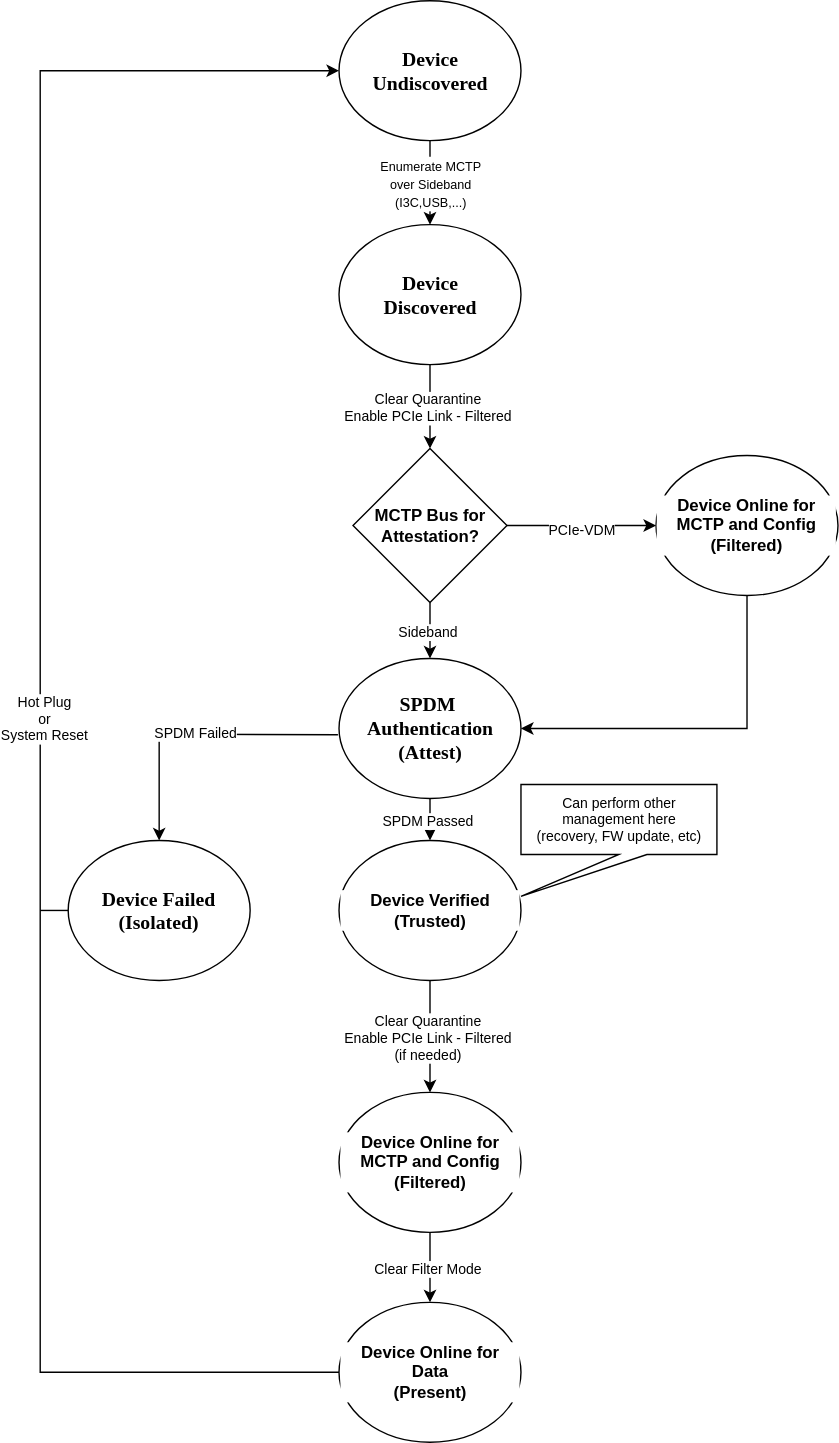
This is specifications/attestation-of-system-components/images/esfiFlow.drawio.svg from opencomputeproject/Security, a draw.io export, as it was before one commit. Source tidied: cells renumbered, new cells last; positions are measured from the earlier drawing's top-left corner, leaving out a move shared by most shapes.
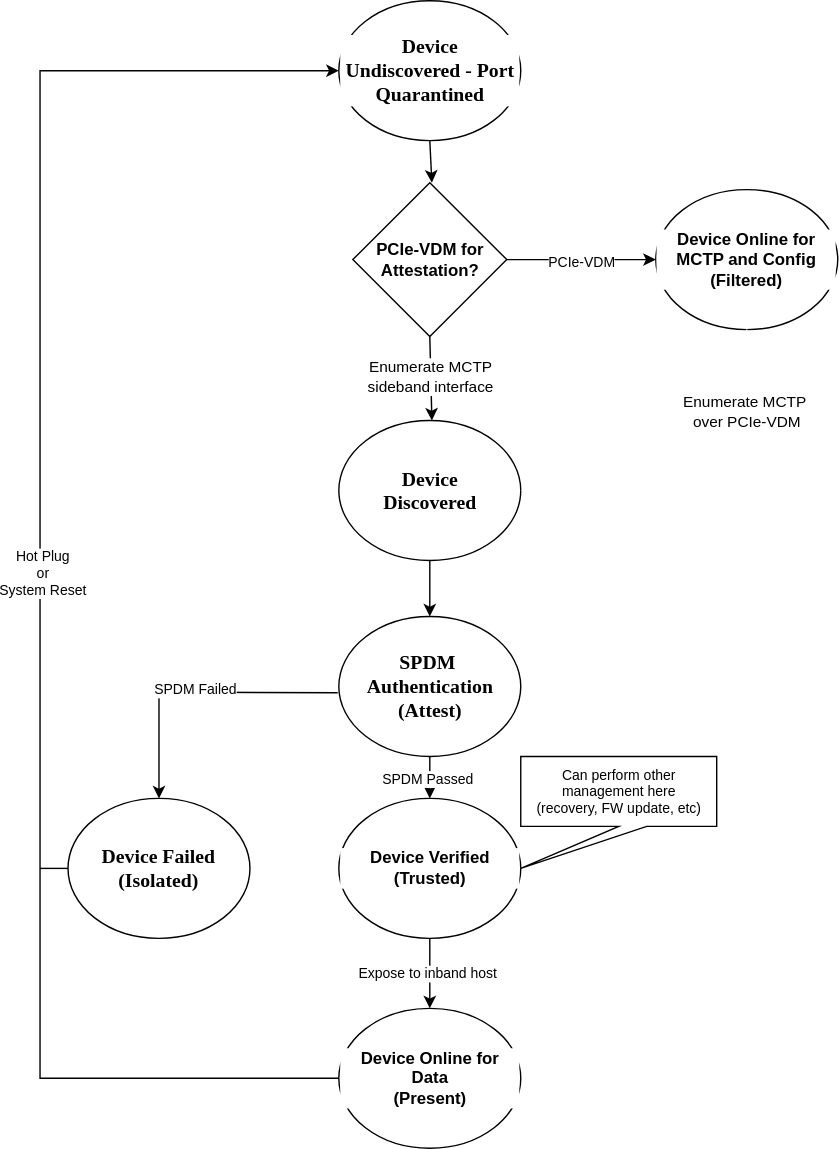
The same file after the commit.

What changed in the source:
```diff
@@ -3,68 +3,67 @@
     <mxCell id="0" />
     <mxCell id="1" parent="0" />
     <mxCell id="2" style="strokeColor=light-dark(#000000,#000000);" parent="1" vertex="1">
-      <mxGeometry y="414" as="geometry" />
+      <mxGeometry y="394" as="geometry" />
     </mxCell>
     <mxCell id="3" value="&lt;span style=&quot;font-family: Calibri; font-size: 14.11px; font-style: normal; font-variant-ligatures: normal; font-variant-caps: normal; letter-spacing: normal; orphans: 2; text-align: center; text-indent: 0px; text-transform: none; widows: 2; word-spacing: 0px; -webkit-text-stroke-width: 0px; white-space: normal; text-decoration-thickness: initial; text-decoration-style: initial; text-decoration-color: initial; float: none; display: inline !important;&quot;&gt;Device&lt;/span&gt;&lt;br style=&quot;forced-color-adjust: none; font-family: Calibri; font-size: 14.11px; font-style: normal; font-variant-ligatures: normal; font-variant-caps: normal; letter-spacing: normal; orphans: 2; text-align: center; text-indent: 0px; text-transform: none; widows: 2; word-spacing: 0px; -webkit-text-stroke-width: 0px; white-space: normal; text-decoration-thickness: initial; text-decoration-style: initial; text-decoration-color: initial; box-shadow: none !important;&quot;&gt;&lt;span style=&quot;font-family: Calibri; font-size: 14.11px; font-style: normal; font-variant-ligatures: normal; font-variant-caps: normal; letter-spacing: normal; orphans: 2; text-align: center; text-indent: 0px; text-transform: none; widows: 2; word-spacing: 0px; -webkit-text-stroke-width: 0px; white-space: normal; text-decoration-thickness: initial; text-decoration-style: initial; text-decoration-color: initial; float: none; display: inline !important;&quot;&gt;Discovered&lt;/span&gt;" style="ellipse;whiteSpace=wrap;html=1;fillColor=light-dark(#FFFFFF,#868686);fontColor=light-dark(#000000,#FFFFFF);fontStyle=1;labelBackgroundColor=light-dark(#FFFFFF,#868686);" parent="1" vertex="1">
-      <mxGeometry x="240.5" y="160" width="130" height="100" as="geometry" />
+      <mxGeometry x="240.5" y="310" width="130" height="100" as="geometry" />
     </mxCell>
-    <mxCell id="4" value="&lt;div&gt;&lt;font face=&quot;Calibri&quot;&gt;&lt;span style=&quot;font-size: 14.11px;&quot;&gt;Device &lt;br&gt;Undiscovered&lt;/span&gt;&lt;/font&gt;&lt;/div&gt;" style="ellipse;whiteSpace=wrap;html=1;fillColor=light-dark(#FFFFFF,#868686);fontColor=light-dark(#000000,#FFFFFF);fontStyle=1;labelBackgroundColor=light-dark(#FFFFFF,#868686);" parent="1" vertex="1">
-      <mxGeometry x="240.5" width="130" height="100" as="geometry" />
+    <mxCell id="4" value="&lt;div&gt;&lt;font face=&quot;Calibri&quot;&gt;&lt;span style=&quot;font-size: 14.11px;&quot;&gt;Device &lt;br&gt;Undiscovered - Port Quarantined&lt;/span&gt;&lt;/font&gt;&lt;/div&gt;" style="ellipse;whiteSpace=wrap;html=1;fillColor=light-dark(#FFFFFF,#868686);fontColor=light-dark(#000000,#FFFFFF);fontStyle=1;labelBackgroundColor=light-dark(#FFFFFF,#868686);" parent="1" vertex="1">
+      <mxGeometry x="240.5" y="10" width="130" height="100" as="geometry" />
     </mxCell>
     <mxCell id="5" value="&lt;div&gt;&lt;font face=&quot;Calibri&quot;&gt;&lt;span style=&quot;font-size: 14.11px;&quot;&gt;Device Failed&lt;/span&gt;&lt;/font&gt;&lt;/div&gt;&lt;div&gt;&lt;font face=&quot;Calibri&quot;&gt;&lt;span style=&quot;font-size: 14.11px;&quot;&gt;(Isolated)&lt;/span&gt;&lt;/font&gt;&lt;/div&gt;" style="ellipse;whiteSpace=wrap;html=1;fillColor=light-dark(#FFFFFF,#868686);fontColor=light-dark(#000000,#FFFFFF);fontStyle=1;labelBackgroundColor=light-dark(#FFFFFF,#868686);" parent="1" vertex="1">
-      <mxGeometry x="47" y="600" width="130" height="100" as="geometry" />
+      <mxGeometry x="47" y="580" width="130" height="100" as="geometry" />
     </mxCell>
     <mxCell id="6" value="Device Online for MCTP and Config&lt;br&gt;(Filtered)" style="ellipse;whiteSpace=wrap;html=1;fillColor=light-dark(#FFFFFF,#868686);fontColor=light-dark(#000000,#FFFFFF);fontStyle=1;labelBackgroundColor=light-dark(#FFFFFF,#868686);" parent="1" vertex="1">
-      <mxGeometry x="467" y="325" width="130" height="100" as="geometry" />
+      <mxGeometry x="467" y="145" width="130" height="100" as="geometry" />
     </mxCell>
     <mxCell id="7" value="Device Online for Data&#10;(Present)" style="ellipse;whiteSpace=wrap;html=1;fillColor=light-dark(#FFFFFF,#868686);fontColor=light-dark(#000000,#FFFFFF);fontStyle=1;labelBackgroundColor=light-dark(#FFFFFF,#868686);" parent="1" vertex="1">
-      <mxGeometry x="240.5" y="930" width="130" height="100" as="geometry" />
+      <mxGeometry x="240.5" y="730" width="130" height="100" as="geometry" />
     </mxCell>
-    <mxCell id="8" value="&lt;b&gt;MCTP Bus for Attestation?&lt;/b&gt;" style="rhombus;whiteSpace=wrap;html=1;fillColor=light-dark(#FFFFFF,#868686);" parent="1" vertex="1">
-      <mxGeometry x="250.5" y="320" width="110" height="110" as="geometry" />
+    <mxCell id="8" value="&lt;b&gt;PCIe-VDM for Attestation?&lt;/b&gt;" style="rhombus;whiteSpace=wrap;html=1;fillColor=light-dark(#FFFFFF,#868686);" parent="1" vertex="1">
+      <mxGeometry x="250.5" y="140" width="110" height="110" as="geometry" />
     </mxCell>
-    <mxCell id="9" style="endArrow=classic;html=1;rounded=0;strokeColor=light-dark(#000000,#000000);exitX=0.5;exitY=1;exitDx=0;exitDy=0;entryX=1;entryY=0.5;entryDx=0;entryDy=0;" parent="1" edge="1" source="6" target="11">
+    <mxCell id="9" style="endArrow=classic;html=1;rounded=0;strokeColor=light-dark(#FFFFFF,#000000);exitX=0.5;exitY=1;exitDx=0;exitDy=0;entryX=1;entryY=0.5;entryDx=0;entryDy=0;" parent="1" edge="1" source="6" target="3">
       <mxGeometry relative="1" as="geometry">
         <Array as="points">
-          <mxPoint x="532" y="520" />
+          <mxPoint x="532" y="360" />
         </Array>
       </mxGeometry>
     </mxCell>
+    <mxCell id="33" value="Enumerate MCTP&amp;nbsp;&lt;div&gt;over PCIe-VDM&lt;/div&gt;" style="edgeLabel;html=1;align=center;verticalAlign=middle;fontColor=light-dark(#000000,#000000);labelBackgroundColor=light-dark(#FFFFFF,#FFFFFF);" parent="9" vertex="1">
+      <mxGeometry x="-0.58" relative="1" as="geometry" />
+    </mxCell>
     <mxCell id="10" value="Device Verified (Trusted)" style="ellipse;whiteSpace=wrap;html=1;fillColor=light-dark(#FFFFFF,#868686);fontColor=light-dark(#000000,#FFFFFF);fontStyle=1;labelBackgroundColor=light-dark(#FFFFFF,#868686);" parent="1" vertex="1">
-      <mxGeometry x="240.5" y="600" width="130" height="100" as="geometry" />
+      <mxGeometry x="240.5" y="580" width="130" height="100" as="geometry" />
     </mxCell>
     <mxCell id="11" value="&lt;div&gt;&lt;font face=&quot;Calibri&quot;&gt;&lt;span style=&quot;font-size: 14.11px;&quot;&gt;SPDM&amp;nbsp;&lt;/span&gt;&lt;/font&gt;&lt;/div&gt;&lt;div&gt;&lt;font face=&quot;Calibri&quot;&gt;&lt;span style=&quot;font-size: 14.11px;&quot;&gt;Authentication&lt;br&gt;(Attest)&lt;/span&gt;&lt;/font&gt;&lt;/div&gt;" style="ellipse;whiteSpace=wrap;html=1;fillColor=light-dark(#FFFFFF,#868686);fontColor=light-dark(#000000,#FFFFFF);fontStyle=1;labelBackgroundColor=light-dark(#FFFFFF,#868686);" parent="1" vertex="1">
-      <mxGeometry x="240.5" y="470" width="130" height="100" as="geometry" />
+      <mxGeometry x="240.5" y="450" width="130" height="100" as="geometry" />
     </mxCell>
-    <mxCell id="12" value="Device Online for MCTP and Config&lt;br&gt;(Filtered)" style="ellipse;whiteSpace=wrap;html=1;fillColor=light-dark(#FFFFFF,#868686);fontColor=light-dark(#000000,#FFFFFF);fontStyle=1;labelBackgroundColor=light-dark(#FFFFFF,#868686);" parent="1" vertex="1">
-      <mxGeometry x="240.5" y="780" width="130" height="100" as="geometry" />
-    </mxCell>
-    <mxCell id="13" style="endArrow=classic;html=1;rounded=0;strokeColor=light-dark(#000000,#000000);fontColor=light-dark(#000000,#000000);exitX=0.5;exitY=1;exitDx=0;exitDy=0;entryX=0.5;entryY=0;entryDx=0;entryDy=0;" parent="1" edge="1" source="4" target="3">
-      <mxGeometry relative="1" as="geometry" />
+    <mxCell id="13" style="endArrow=classic;html=1;rounded=0;strokeColor=light-dark(#000000,#000000);fontColor=light-dark(#000000,#000000);exitX=0.5;exitY=1;exitDx=0;exitDy=0;" parent="1" edge="1" source="4">
+      <mxGeometry relative="1" as="geometry">
+        <mxPoint x="307" y="140" as="targetPoint" />
+      </mxGeometry>
     </mxCell>
-    <mxCell id="14" value="&lt;div&gt;&lt;font style=&quot;font-size: 9px; color: light-dark(rgb(0, 0, 0), rgb(0, 0, 0));&quot;&gt;Enumerate MCTP&lt;/font&gt;&lt;/div&gt;&lt;div&gt;&lt;font style=&quot;font-size: 9px; color: light-dark(rgb(0, 0, 0), rgb(0, 0, 0));&quot;&gt;over Sideband&lt;/font&gt;&lt;/div&gt;&lt;div&gt;&lt;font style=&quot;font-size: 9px; color: light-dark(rgb(0, 0, 0), rgb(0, 0, 0));&quot;&gt;(I3C,USB,...)&lt;/font&gt;&lt;/div&gt;" style="edgeLabel;html=1;align=center;verticalAlign=middle;labelBackgroundColor=light-dark(#FFFFFF,#FFFFFF);" parent="13" vertex="1">
-      <mxGeometry y="-2" relative="1" as="geometry">
-        <mxPoint x="2" as="offset" />
-      </mxGeometry>
-    </mxCell>
-    <mxCell id="15" style="endArrow=classic;html=1;rounded=0;strokeColor=light-dark(#000000,#000000);fontColor=light-dark(#000000,#000000);exitX=0.5;exitY=1;exitDx=0;exitDy=0;" parent="1" edge="1" source="3" target="8">
-      <mxGeometry relative="1" as="geometry" />
+    <mxCell id="15" style="endArrow=classic;html=1;rounded=0;strokeColor=light-dark(#000000,#000000);fontColor=light-dark(#FFFFFF,#000000);exitX=0.5;exitY=1;exitDx=0;exitDy=0;" parent="1" edge="1" source="8">
+      <mxGeometry relative="1" as="geometry">
+        <mxPoint x="307" y="310" as="targetPoint" />
+      </mxGeometry>
     </mxCell>
-    <mxCell id="16" value="&lt;font style=&quot;color: light-dark(rgb(0, 0, 0), rgb(0, 0, 0));&quot;&gt;Clear Quarantine&lt;br&gt;Enable PCIe Link - Filtered&lt;/font&gt;" style="edgeLabel;html=1;align=center;verticalAlign=middle;labelBackgroundColor=light-dark(#FFFFFF,#FFFFFF);fontSize=10;" parent="15" vertex="1">
+    <mxCell id="16" value="&lt;span style=&quot;color: rgba(0, 0, 0, 0); font-family: monospace; font-size: 0px; text-align: start; background-color: rgb(27, 29, 30);&quot;&gt;%3CmxGraphModel%3E%3Croot%3E%3CmxCell%20id%3D%220%22%2F%3E%3CmxCell%20id%3D%221%22%20parent%3D%220%22%2F%3E%3CmxCell%20id%3D%222%22%20connectable%3D%220%22%20parent%3D%221%22%20style%3D%22edgeLabel%3Bhtml%3D1%3Balign%3Dcenter%3BverticalAlign%3Dmiddle%3Bresizable%3D0%3Bpoints%3D%5B%5D%3BlabelBackgroundColor%3Dlight-dark(%23FFFFFF%2C%23FFFFFF)%3B%22%20value%3D%22%26lt%3Bdiv%26gt%3B%26lt%3Bfont%20style%3D%26quot%3Bfont-size%3A%209px%3B%20color%3A%20light-dark(rgb(0%2C%200%2C%200)%2C%20rgb(0%2C%200%2C%200))%3B%26quot%3B%26gt%3BEnumerate%20MCTP%26lt%3B%2Ffont%26gt%3B%26lt%3B%2Fdiv%26gt%3B%26lt%3Bdiv%26gt%3B%26lt%3Bfont%20style%3D%26quot%3Bfont-size%3A%209px%3B%20color%3A%20light-dark(rgb(0%2C%200%2C%200)%2C%20rgb(0%2C%200%2C%200))%3B%26quot%3B%26gt%3Bover%20Sideband%26lt%3B%2Ffont%26gt%3B%26lt%3B%2Fdiv%26gt%3B%26lt%3Bdiv%26gt%3B%26lt%3Bfont%20style%3D%26quot%3Bfont-size%3A%209px%3B%20color%3A%20light-dark(rgb(0%2C%200%2C%200)%2C%20rgb(0%2C%200%2C%200))%3B%26quot%3B%26gt%3B(I3C%2CUSB%2C...)%26lt%3B%2Ffont%26gt%3B%26lt%3B%2Fdiv%26gt%3B%22%20vertex%3D%221%22%3E%3CmxGeometry%20x%3D%22359.2590084389417%22%20y%3D%22160.38533365263595%22%20as%3D%22geometry%22%2F%3E%3C%2FmxCell%3E%3C%2Froot%3E%3C%2FmxGraphModel%3E&lt;/span&gt;" style="edgeLabel;html=1;align=center;verticalAlign=middle;labelBackgroundColor=light-dark(#FFFFFF,#FFFFFF);fontSize=10;" parent="15" vertex="1">
       <mxGeometry y="-2" relative="1" as="geometry" />
     </mxCell>
+    <mxCell id="34" value="&lt;font style=&quot;color: light-dark(rgb(0, 0, 0), rgb(0, 0, 0));&quot;&gt;Enumerate MCTP &lt;br&gt;sideband interface&lt;/font&gt;" style="edgeLabel;html=1;align=center;verticalAlign=middle;labelBackgroundColor=light-dark(#FFFFFF,#FFFFFF);" parent="15" vertex="1">
+      <mxGeometry x="-0.05" y="-1" relative="1" as="geometry" />
+    </mxCell>
-    <mxCell id="17" style="endArrow=classic;html=1;rounded=0;strokeColor=light-dark(#000000,#000000);fontColor=light-dark(#000000,#000000);exitX=1;exitY=0.5;exitDx=0;exitDy=0;entryX=0;entryY=0.5;entryDx=0;entryDy=0;" parent="1" edge="1" source="8" target="6">
+    <mxCell id="17" style="endArrow=classic;html=1;rounded=0;strokeColor=light-dark(#000000,#000000);fontColor=light-dark(#000000,#000000);entryX=0;entryY=0.5;entryDx=0;entryDy=0;exitX=1;exitY=0.5;exitDx=0;exitDy=0;" parent="1" edge="1" source="8" target="6">
       <mxGeometry relative="1" as="geometry" />
     </mxCell>
     <mxCell id="18" value="&lt;font style=&quot;color: light-dark(rgb(0, 0, 0), rgb(0, 0, 0));&quot;&gt;PCIe-VDM&lt;/font&gt;" style="edgeLabel;html=1;align=center;verticalAlign=middle;labelBackgroundColor=light-dark(#FFFFFF,#FFFFFF);fontSize=10;" parent="17" vertex="1">
       <mxGeometry y="-2" relative="1" as="geometry" />
     </mxCell>
-    <mxCell id="19" style="endArrow=classic;html=1;rounded=0;strokeColor=light-dark(#000000,#000000);fontColor=light-dark(#000000,#000000);exitX=0.5;exitY=1;exitDx=0;exitDy=0;entryX=0.5;entryY=0;entryDx=0;entryDy=0;" parent="1" edge="1" source="8" target="11">
+    <mxCell id="19" style="endArrow=classic;html=1;rounded=0;strokeColor=light-dark(#000000,#000000);fontColor=light-dark(#000000,#000000);entryX=0.5;entryY=0;entryDx=0;entryDy=0;exitX=0.5;exitY=1;exitDx=0;exitDy=0;" parent="1" edge="1" source="3" target="11">
       <mxGeometry relative="1" as="geometry" />
     </mxCell>
-    <mxCell id="20" value="&lt;font style=&quot;color: light-dark(rgb(0, 0, 0), rgb(0, 0, 0));&quot;&gt;Sideband&lt;/font&gt;" style="edgeLabel;html=1;align=center;verticalAlign=middle;labelBackgroundColor=light-dark(#FFFFFF,#FFFFFF);fontSize=10;" parent="19" vertex="1">
-      <mxGeometry y="-2" relative="1" as="geometry" />
-    </mxCell>
     <mxCell id="21" style="endArrow=classic;html=1;rounded=0;strokeColor=light-dark(#000000,#000000);fontColor=light-dark(#000000,#000000);entryX=0.5;entryY=0;entryDx=0;entryDy=0;exitX=0.5;exitY=1;exitDx=0;exitDy=0;" parent="1" edge="1" source="11" target="10">
       <mxGeometry relative="1" as="geometry" />
     </mxCell>
@@ -74,31 +73,25 @@
     <mxCell id="23" style="endArrow=classic;html=1;rounded=0;strokeColor=light-dark(#000000,#000000);fontColor=light-dark(#000000,#000000);exitX=-0.006;exitY=0.545;exitDx=0;exitDy=0;exitPerimeter=0;entryX=0.5;entryY=0;entryDx=0;entryDy=0;" parent="1" edge="1" source="11" target="5">
       <mxGeometry relative="1" as="geometry">
         <Array as="points">
-          <mxPoint x="112" y="524" />
+          <mxPoint x="112" y="504" />
         </Array>
       </mxGeometry>
     </mxCell>
     <mxCell id="24" value="&lt;font style=&quot;color: light-dark(rgb(0, 0, 0), rgb(0, 0, 0));&quot;&gt;SPDM Failed&lt;/font&gt;" style="edgeLabel;html=1;align=center;verticalAlign=middle;labelBackgroundColor=light-dark(#FFFFFF,#FFFFFF);fontSize=10;" parent="23" vertex="1">
       <mxGeometry y="-2" relative="1" as="geometry" />
     </mxCell>
-    <mxCell id="25" style="endArrow=classic;html=1;rounded=0;strokeColor=light-dark(#000000,#000000);fontColor=light-dark(#000000,#000000);exitX=0.5;exitY=1;exitDx=0;exitDy=0;entryX=0.5;entryY=0;entryDx=0;entryDy=0;" parent="1" edge="1" source="10" target="12">
+    <mxCell id="25" style="endArrow=classic;html=1;rounded=0;strokeColor=light-dark(#000000,#000000);fontColor=light-dark(#000000,#000000);exitX=0.5;exitY=1;exitDx=0;exitDy=0;entryX=0.5;entryY=0;entryDx=0;entryDy=0;" parent="1" edge="1" source="10" target="7">
       <mxGeometry relative="1" as="geometry" />
     </mxCell>
-    <mxCell id="26" value="&lt;font style=&quot;color: light-dark(rgb(0, 0, 0), rgb(0, 0, 0));&quot;&gt;Clear Quarantine&lt;br&gt;Enable PCIe Link - Filtered&lt;br&gt;(if needed)&lt;/font&gt;" style="edgeLabel;html=1;align=center;verticalAlign=middle;labelBackgroundColor=light-dark(#FFFFFF,#FFFFFF);fontSize=10;" parent="25" vertex="1">
+    <mxCell id="26" value="&lt;font style=&quot;color: light-dark(rgb(0, 0, 0), rgb(0, 0, 0));&quot;&gt;Expose to inband host&lt;/font&gt;" style="edgeLabel;html=1;align=center;verticalAlign=middle;labelBackgroundColor=light-dark(#FFFFFF,#FFFFFF);fontSize=10;" parent="25" vertex="1">
       <mxGeometry y="-2" relative="1" as="geometry" />
     </mxCell>
-    <mxCell id="27" style="endArrow=classic;html=1;rounded=0;strokeColor=light-dark(#000000,#000000);fontColor=light-dark(#000000,#000000);exitX=0.5;exitY=1;exitDx=0;exitDy=0;entryX=0.5;entryY=0;entryDx=0;entryDy=0;" parent="1" edge="1" source="12" target="7">
-      <mxGeometry relative="1" as="geometry" />
-    </mxCell>
-    <mxCell id="28" value="&lt;font style=&quot;color: light-dark(rgb(0, 0, 0), rgb(0, 0, 0));&quot;&gt;Clear Filter Mode&lt;/font&gt;" style="edgeLabel;html=1;align=center;verticalAlign=middle;labelBackgroundColor=light-dark(#FFFFFF,#FFFFFF);fontSize=10;" parent="27" vertex="1">
-      <mxGeometry y="-2" relative="1" as="geometry" />
-    </mxCell>
     <mxCell id="29" style="endArrow=classic;html=1;rounded=0;strokeColor=light-dark(#000000,#000000);fontColor=light-dark(#000000,#000000);exitX=0;exitY=0.5;exitDx=0;exitDy=0;entryX=0;entryY=0.5;entryDx=0;entryDy=0;" parent="1" edge="1" source="7" target="4">
       <mxGeometry relative="1" as="geometry">
         <Array as="points">
-          <mxPoint x="27" y="980" />
-          <mxPoint x="27" y="610" />
-          <mxPoint x="27" y="50" />
+          <mxPoint x="27" y="780" />
+          <mxPoint x="27" y="590" />
+          <mxPoint x="27" y="60" />
         </Array>
       </mxGeometry>
     </mxCell>
@@ -107,12 +100,12 @@
     </mxCell>
     <mxCell id="31" style="endArrow=none;html=1;rounded=0;strokeColor=light-dark(#000000,#000000);" parent="1" edge="1">
       <mxGeometry relative="1" as="geometry">
-        <mxPoint x="27" y="650" as="sourcePoint" />
-        <mxPoint x="47" y="650" as="targetPoint" />
+        <mxPoint x="27" y="630" as="sourcePoint" />
+        <mxPoint x="47" y="630" as="targetPoint" />
       </mxGeometry>
     </mxCell>
     <mxCell id="32" value="Can perform other management here&lt;div&gt;(recovery, FW update, etc)&lt;/div&gt;" style="shape=callout;whiteSpace=wrap;html=1;perimeter=calloutPerimeter;position2=0;fontColor=light-dark(#000000,#000000);labelBackgroundColor=light-dark(#FFFFFF,#FFFFFF);fontSize=10;strokeColor=light-dark(#000000,#000000);fillColor=light-dark(#FFFFFF,#FFFFFF);" parent="1" vertex="1">
-      <mxGeometry x="370.5" y="560" width="140" height="80" as="geometry" />
+      <mxGeometry x="370.5" y="550" width="140" height="80" as="geometry" />
     </mxCell>
   </root>
 </mxGraphModel>
```
